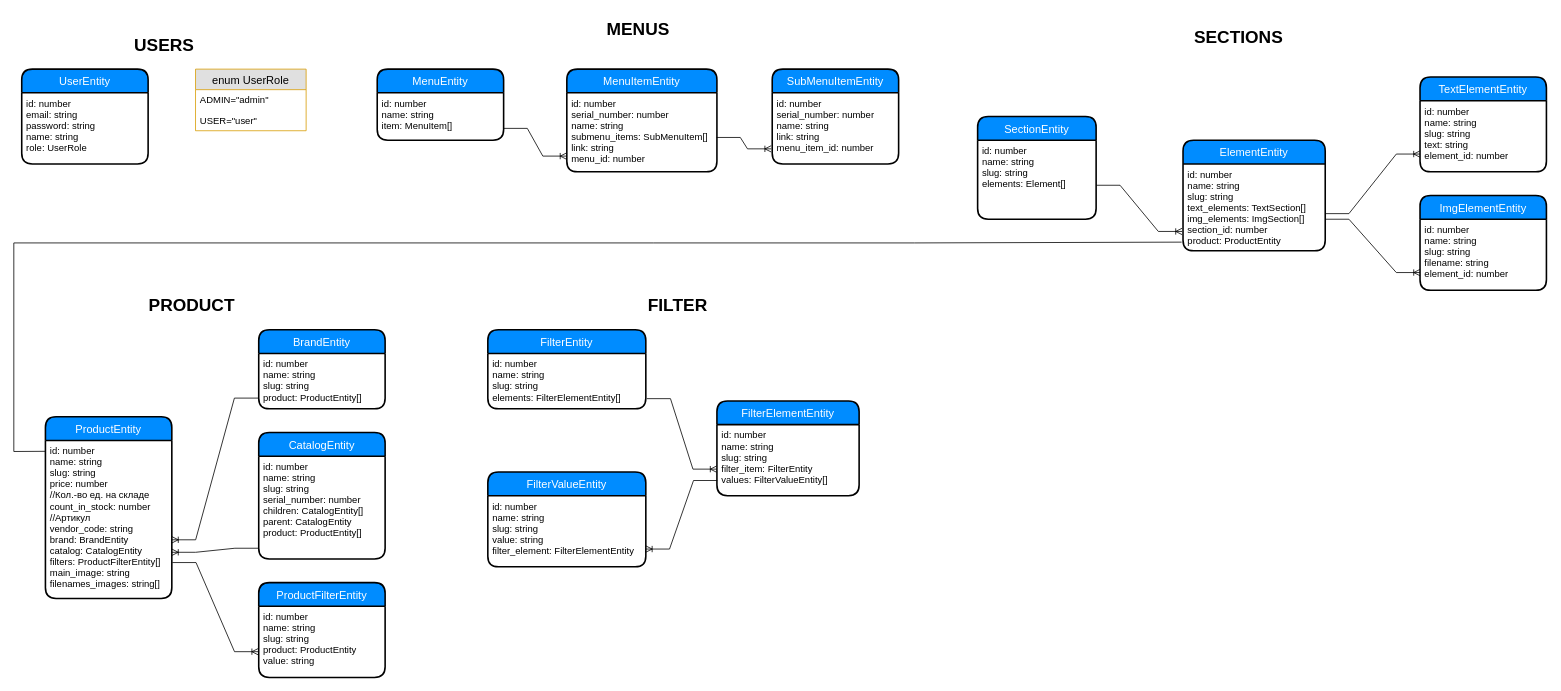
The draw.io diagram page "DB" (2 of 2) of Diagram.drawio in alexsmith-proff/marketplace_of_flowers, before the edit. Source tidied: cells renumbered, new cells numbered last; positions are measured from the earlier drawing's top-left corner, leaving out a move shared by most shapes. Both pictures are drawn from the tidied source at 79%, with x=0, y=0 at pixel (13, 13).
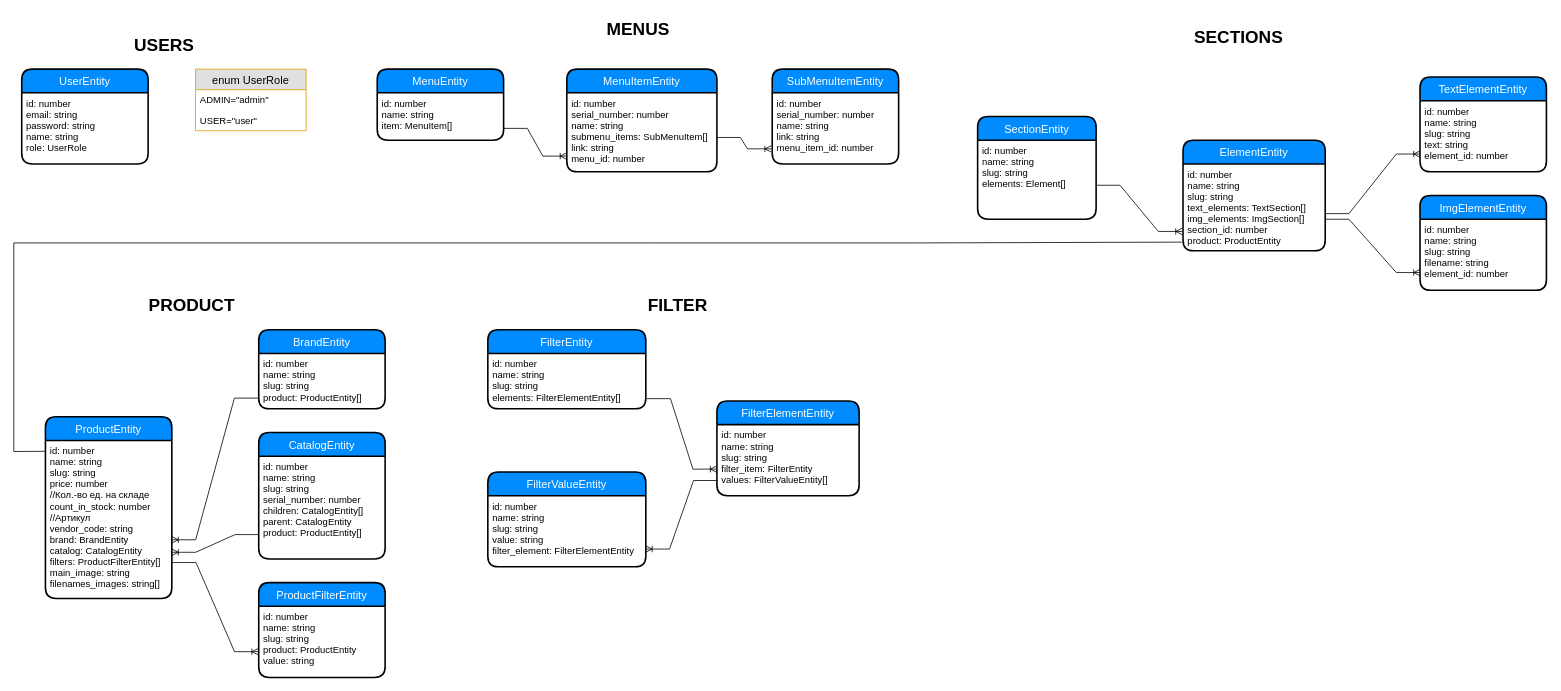
After the change.

Unchanged cells that the change refers to:
```xml
<mxCell id="30" value="id: number&#10;name: string&#10;slug: string&#10;price: number&#10;//Кол.-во ед. на складе&#10;count_in_stock: number &#10;//Артикул&#10;vendor_code: string &#10;brand: BrandEntity&#10;catalog: CatalogEntity&#10;filters: ProductFilterEntity[]&#10;main_image: string&#10;filenames_images: string[]&#10;" style="align=left;strokeColor=none;fillColor=none;spacingLeft=4;fontSize=12;verticalAlign=top;" parent="29" vertex="1">
  <mxGeometry y="30" width="160" height="200" as="geometry" />
</mxCell>
<mxCell id="34" value="id: number&#10;name: string&#10;slug: string&#10;serial_number: number&#10;children: CatalogEntity[] &#10;parent: CatalogEntity &#10;product: ProductEntity[]" style="align=left;strokeColor=none;fillColor=none;spacingLeft=4;fontSize=12;verticalAlign=top;" parent="33" vertex="1">
  <mxGeometry y="30" width="160" height="130" as="geometry" />
</mxCell>
```

Change to the diagram source:
```diff
@@
-    <mxCell id="46" style="edgeStyle=entityRelationEdgeStyle;fontSize=12;html=1;endArrow=ERoneToMany;rounded=0;entryX=1.001;entryY=0.708;entryDx=0;entryDy=0;entryPerimeter=0;exitX=-0.001;exitY=0.896;exitDx=0;exitDy=0;exitPerimeter=0;" parent="1" edge="1" source="34" target="30">
+    <mxCell id="46" style="edgeStyle=entityRelationEdgeStyle;fontSize=12;html=1;endArrow=ERoneToMany;rounded=0;entryX=1.001;entryY=0.708;entryDx=0;entryDy=0;entryPerimeter=0;exitX=0.001;exitY=0.763;exitDx=0;exitDy=0;exitPerimeter=0;" parent="1" edge="1" source="34" target="30">
       <mxGeometry relative="1" as="geometry" />
     </mxCell>
```
